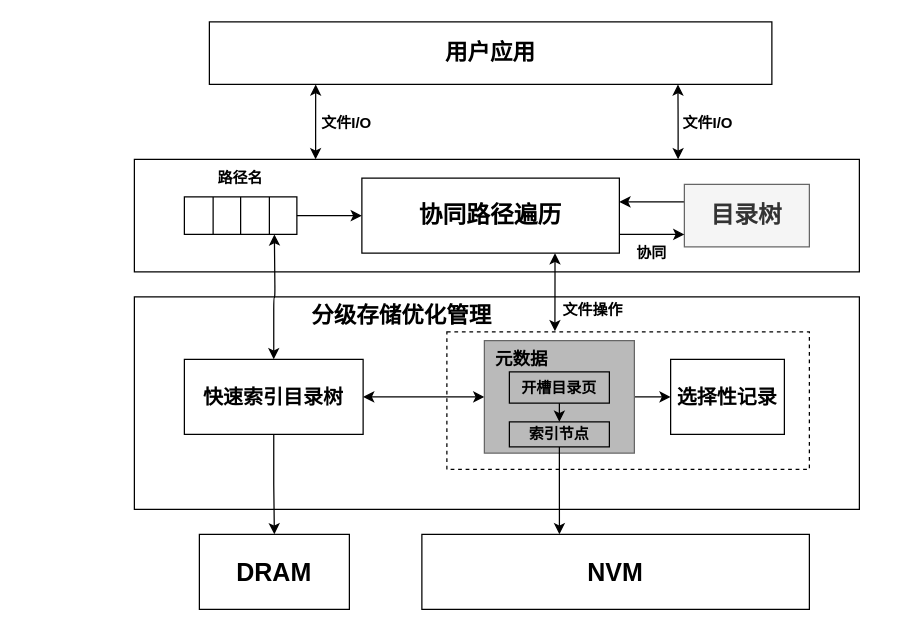
The draw.io diagram 未命名绘图.drawio in icszhr/zhr123nb.github.io, before the edit. Source tidied: cells renumbered, new cells numbered last; positions are measured from the earlier drawing's top-left corner, leaving out a move shared by most shapes. Both pictures are drawn from the tidied source at 125%, with x=0, y=0 at pixel (134, 21).
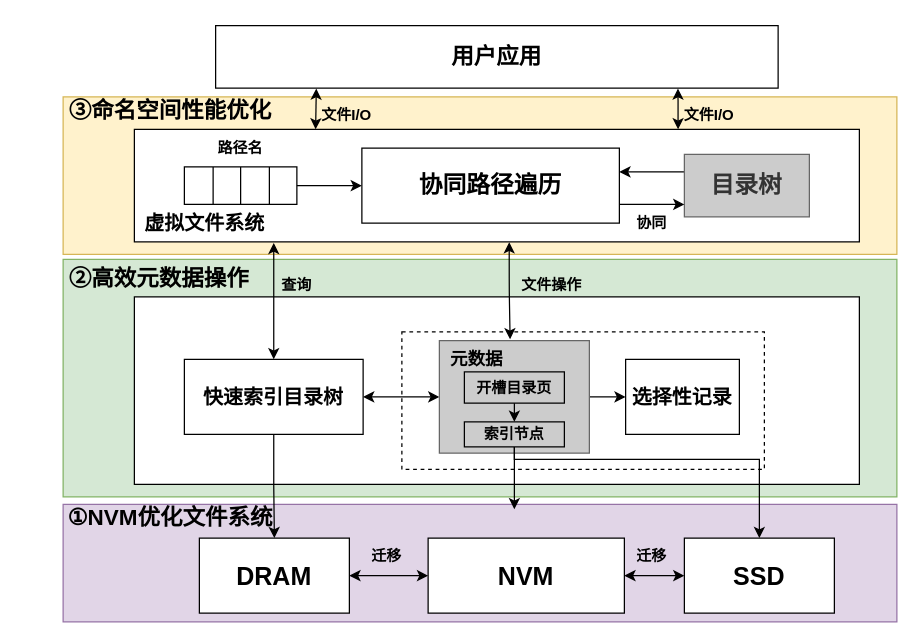
After the change.

Commit message:
更新未命名绘图.drawio

Unchanged cells that the change refers to:
```xml
<mxCell id="25" value="&lt;font size=&quot;1&quot; style=&quot;&quot;&gt;&lt;b style=&quot;font-size: 16px;&quot;&gt;快速索引目录树&lt;/b&gt;&lt;/font&gt;" style="rounded=0;whiteSpace=wrap;html=1;" parent="1" vertex="1">
  <mxGeometry x="40" y="270" width="143" height="60" as="geometry" />
</mxCell>
```

Diff of the diagram source:
```diff
@@
+    <mxCell id="40" style="rounded=0;whiteSpace=wrap;html=1;fillColor=#e1d5e7;strokeColor=#9673a6;" parent="1" vertex="1">
+      <mxGeometry x="-57" y="386" width="667" height="94" as="geometry" />
+    </mxCell>
+    <mxCell id="41" style="rounded=0;whiteSpace=wrap;html=1;fillColor=#d5e8d4;strokeColor=#82b366;" parent="1" vertex="1">
+      <mxGeometry x="-57" y="190" width="667" height="190" as="geometry" />
+    </mxCell>
+    <mxCell id="42" style="rounded=0;whiteSpace=wrap;html=1;fillColor=#fff2cc;strokeColor=#d6b656;" parent="1" vertex="1">
+      <mxGeometry x="-57" y="60" width="667" height="126" as="geometry" />
+    </mxCell>
     <mxCell id="2" value="&lt;font size=&quot;1&quot; style=&quot;&quot;&gt;&lt;b style=&quot;font-size: 18px;&quot;&gt;用户应用&lt;/b&gt;&lt;/font&gt;" style="rounded=0;whiteSpace=wrap;html=1;" parent="1" vertex="1">
-      <mxGeometry x="60" width="450" height="50" as="geometry" />
+      <mxGeometry x="65" y="3" width="450" height="50" as="geometry" />
     </mxCell>
-    <mxCell id="3" style="edgeStyle=orthogonalEdgeStyle;rounded=1;jettySize=auto;html=1;exitX=0.25;exitY=0;exitDx=0;exitDy=0;entryX=0.189;entryY=1;entryDx=0;entryDy=0;entryPerimeter=0;shape=connector;startArrow=classic;" parent="1" edge="1" source="5" target="2">
+    <mxCell id="3" style="edgeStyle=orthogonalEdgeStyle;rounded=1;jettySize=auto;html=1;exitX=0.25;exitY=0;exitDx=0;exitDy=0;shape=connector;startArrow=classic;entryX=0.179;entryY=1.007;entryDx=0;entryDy=0;entryPerimeter=0;" parent="1" edge="1" source="5" target="2">
       <mxGeometry relative="1" as="geometry" />
     </mxCell>
-    <mxCell id="4" style="edgeStyle=orthogonalEdgeStyle;rounded=1;jettySize=auto;html=1;exitX=0.75;exitY=0;exitDx=0;exitDy=0;entryX=0.833;entryY=1;entryDx=0;entryDy=0;entryPerimeter=0;shape=connector;startArrow=classic;" parent="1" edge="1" source="5" target="2">
+    <mxCell id="4" style="edgeStyle=orthogonalEdgeStyle;rounded=1;jettySize=auto;html=1;exitX=0.75;exitY=0;exitDx=0;exitDy=0;entryX=0.822;entryY=1.007;entryDx=0;entryDy=0;entryPerimeter=0;shape=connector;startArrow=classic;" parent="1" edge="1" source="5" target="2">
       <mxGeometry relative="1" as="geometry" />
     </mxCell>
     <mxCell id="5" style="rounded=0;whiteSpace=wrap;html=1;" parent="1" vertex="1">
-      <mxGeometry y="110" width="580" height="90" as="geometry" />
+      <mxGeometry y="86" width="580" height="90" as="geometry" />
     </mxCell>
     <mxCell id="6" value="&lt;b&gt;文件I/O&lt;/b&gt;" style="text;html=1;strokeColor=none;fillColor=none;align=center;verticalAlign=middle;whiteSpace=wrap;rounded=0;" parent="1" vertex="1">
-      <mxGeometry x="140" y="66" width="60" height="30" as="geometry" />
+      <mxGeometry x="140" y="60" width="60" height="30" as="geometry" />
     </mxCell>
     <mxCell id="7" value="&lt;b&gt;文件I/O&lt;/b&gt;" style="text;html=1;strokeColor=none;fillColor=none;align=center;verticalAlign=middle;whiteSpace=wrap;rounded=0;" parent="1" vertex="1">
-      <mxGeometry x="429" y="66" width="60" height="30" as="geometry" />
+      <mxGeometry x="430" y="60" width="60" height="30" as="geometry" />
     </mxCell>
     <mxCell id="8" style="shape=table;startSize=0;childLayout=tableLayout;" parent="1" vertex="1">
-      <mxGeometry x="40" y="140" width="90" height="30" as="geometry" />
+      <mxGeometry x="40" y="116" width="90" height="30" as="geometry" />
     </mxCell>
@@
     <mxCell id="14" value="&lt;b&gt;路径名&lt;/b&gt;" style="text;html=1;strokeColor=none;fillColor=none;align=center;verticalAlign=middle;whiteSpace=wrap;rounded=0;" parent="1" vertex="1">
-      <mxGeometry x="55" y="110" width="60" height="30" as="geometry" />
+      <mxGeometry x="55" y="86" width="60" height="30" as="geometry" />
     </mxCell>
     <mxCell id="15" style="rounded=0;whiteSpace=wrap;html=1;" parent="1" vertex="1">
-      <mxGeometry y="220" width="580" height="170" as="geometry" />
+      <mxGeometry y="220" width="580" height="150" as="geometry" />
     </mxCell>
-    <mxCell id="16" style="edgeStyle=orthogonalEdgeStyle;rounded=1;jettySize=auto;html=1;entryX=0.5;entryY=0;entryDx=0;entryDy=0;startArrow=classic;" parent="1" edge="1" target="25">
-      <mxGeometry relative="1" as="geometry">
-        <mxPoint x="112" y="170" as="sourcePoint" />
-      </mxGeometry>
+    <mxCell id="16" style="edgeStyle=orthogonalEdgeStyle;rounded=1;jettySize=auto;html=1;entryX=0.5;entryY=0;entryDx=0;entryDy=0;startArrow=classic;exitX=0.97;exitY=1.027;exitDx=0;exitDy=0;exitPerimeter=0;" parent="1" edge="1" source="47" target="25">
+      <mxGeometry relative="1" as="geometry" />
     </mxCell>
     <mxCell id="17" style="edgeStyle=orthogonalEdgeStyle;rounded=1;orthogonalLoop=1;jettySize=auto;html=1;exitX=1;exitY=0.5;exitDx=0;exitDy=0;entryX=0;entryY=0.5;entryDx=0;entryDy=0;startArrow=classic;endArrow=none;endFill=0;" parent="1" edge="1">
       <mxGeometry relative="1" as="geometry">
-        <mxPoint x="388" y="144" as="sourcePoint" />
-        <mxPoint x="440" y="144" as="targetPoint" />
+        <mxPoint x="388" y="120" as="sourcePoint" />
+        <mxPoint x="440" y="120" as="targetPoint" />
       </mxGeometry>
     </mxCell>
-    <mxCell id="18" style="edgeStyle=orthogonalEdgeStyle;rounded=1;jettySize=auto;html=1;exitX=0.75;exitY=1;exitDx=0;exitDy=0;entryX=0.298;entryY=-0.005;entryDx=0;entryDy=0;entryPerimeter=0;startArrow=classic;" parent="1" edge="1" source="19" target="27">
-      <mxGeometry relative="1" as="geometry" />
-    </mxCell>
     <mxCell id="19" value="&lt;font size=&quot;1&quot; style=&quot;&quot;&gt;&lt;b style=&quot;font-size: 19px;&quot;&gt;协同路径遍历&lt;/b&gt;&lt;/font&gt;" style="rounded=0;whiteSpace=wrap;html=1;" parent="1" vertex="1">
-      <mxGeometry x="182" y="125" width="206" height="60" as="geometry" />
+      <mxGeometry x="182" y="101" width="206" height="60" as="geometry" />
     </mxCell>
-    <mxCell id="20" value="&lt;font style=&quot;font-size: 19px;&quot;&gt;&lt;b&gt;目录树&lt;/b&gt;&lt;/font&gt;" style="rounded=0;whiteSpace=wrap;html=1;fillColor=#f5f5f5;fontColor=#333333;strokeColor=#666666;" parent="1" vertex="1">
-      <mxGeometry x="440" y="130" width="100" height="50" as="geometry" />
+    <mxCell id="20" value="&lt;font style=&quot;font-size: 19px;&quot;&gt;&lt;b&gt;目录树&lt;/b&gt;&lt;/font&gt;" style="rounded=0;whiteSpace=wrap;html=1;fillColor=#CCCCCC;fontColor=#333333;strokeColor=#666666;" parent="1" vertex="1">
+      <mxGeometry x="440" y="106" width="100" height="50" as="geometry" />
     </mxCell>
@@
     <mxCell id="22" style="rounded=1;orthogonalLoop=1;jettySize=auto;html=1;exitX=1;exitY=0.5;exitDx=0;exitDy=0;entryX=0;entryY=0.5;entryDx=0;entryDy=0;startArrow=none;edgeStyle=orthogonalEdgeStyle;curved=1;startFill=0;" parent="1" edge="1">
       <mxGeometry relative="1" as="geometry">
-        <mxPoint x="388" y="170" as="sourcePoint" />
-        <mxPoint x="440" y="170" as="targetPoint" />
+        <mxPoint x="388" y="146" as="sourcePoint" />
+        <mxPoint x="440" y="146" as="targetPoint" />
       </mxGeometry>
     </mxCell>
     <mxCell id="23" value="&lt;b&gt;协同&lt;/b&gt;" style="text;html=1;strokeColor=none;fillColor=none;align=center;verticalAlign=middle;whiteSpace=wrap;rounded=0;" parent="1" vertex="1">
-      <mxGeometry x="384" y="170" width="60" height="30" as="geometry" />
+      <mxGeometry x="384" y="146" width="60" height="30" as="geometry" />
     </mxCell>
@@
+    <mxCell id="43" style="edgeStyle=orthogonalEdgeStyle;rounded=1;jettySize=auto;html=1;exitX=1;exitY=0.5;exitDx=0;exitDy=0;entryX=0;entryY=0.5;entryDx=0;entryDy=0;startArrow=classic;" parent="1" edge="1" source="26" target="33">
+      <mxGeometry relative="1" as="geometry" />
+    </mxCell>
     <mxCell id="26" value="&lt;font style=&quot;font-size: 20px;&quot;&gt;&lt;b&gt;DRAM&lt;/b&gt;&lt;/font&gt;" style="rounded=0;whiteSpace=wrap;html=1;" parent="1" vertex="1">
-      <mxGeometry x="52" y="410" width="120" height="60" as="geometry" />
+      <mxGeometry x="52" y="413" width="120" height="60" as="geometry" />
     </mxCell>
     <mxCell id="27" style="rounded=0;whiteSpace=wrap;html=1;dashed=1;" parent="1" vertex="1">
-      <mxGeometry x="250" y="248" width="290" height="110" as="geometry" />
+      <mxGeometry x="214" y="248" width="290" height="110" as="geometry" />
     </mxCell>
@@
-    <mxCell id="30" style="rounded=0;whiteSpace=wrap;html=1;fillColor=#bababa;fontColor=#333333;strokeColor=#666666;" parent="1" vertex="1">
-      <mxGeometry x="280" y="255" width="120" height="90" as="geometry" />
+    <mxCell id="30" style="rounded=0;whiteSpace=wrap;html=1;fillColor=#CCCCCC;fontColor=#333333;strokeColor=#666666;" parent="1" vertex="1">
+      <mxGeometry x="244" y="255" width="120" height="90" as="geometry" />
     </mxCell>
-    <mxCell id="31" value="&lt;font size=&quot;1&quot; style=&quot;&quot;&gt;&lt;b style=&quot;font-size: 18px;&quot;&gt;分级存储优化管理&lt;/b&gt;&lt;/font&gt;" style="text;html=1;strokeColor=none;fillColor=none;align=center;verticalAlign=middle;whiteSpace=wrap;rounded=0;" parent="1" vertex="1">
-      <mxGeometry x="104" y="220" width="220" height="30" as="geometry" />
+    <mxCell id="31" value="&lt;span style=&quot;font-size: 18px;&quot;&gt;&lt;b&gt;②高效元数据操作&lt;/b&gt;&lt;/span&gt;" style="text;html=1;strokeColor=none;fillColor=none;align=center;verticalAlign=middle;whiteSpace=wrap;rounded=0;" parent="1" vertex="1">
+      <mxGeometry x="-90" y="191" width="220" height="30" as="geometry" />
     </mxCell>
     <mxCell id="32" value="&lt;b&gt;&lt;font style=&quot;font-size: 14px;&quot;&gt;元数据&lt;/font&gt;&lt;/b&gt;" style="text;html=1;strokeColor=none;fillColor=none;align=center;verticalAlign=middle;whiteSpace=wrap;rounded=0;" parent="1" vertex="1">
-      <mxGeometry x="280" y="255" width="60" height="30" as="geometry" />
+      <mxGeometry x="244" y="255" width="60" height="30" as="geometry" />
     </mxCell>
+    <mxCell id="44" style="edgeStyle=orthogonalEdgeStyle;rounded=1;jettySize=auto;html=1;exitX=1;exitY=0.5;exitDx=0;exitDy=0;entryX=0;entryY=0.5;entryDx=0;entryDy=0;startArrow=classic;" parent="1" edge="1" source="33" target="48">
+      <mxGeometry relative="1" as="geometry" />
+    </mxCell>
     <mxCell id="33" value="&lt;font style=&quot;font-size: 20px;&quot;&gt;&lt;b&gt;NVM&lt;/b&gt;&lt;/font&gt;" style="rounded=0;whiteSpace=wrap;html=1;" parent="1" vertex="1">
-      <mxGeometry x="230" y="410" width="310" height="60" as="geometry" />
+      <mxGeometry x="235" y="413" width="157" height="60" as="geometry" />
     </mxCell>
     <mxCell id="34" value="&lt;b&gt;&lt;font style=&quot;font-size: 16px;&quot;&gt;选择性记录&lt;/font&gt;&lt;/b&gt;" style="rounded=0;whiteSpace=wrap;html=1;" parent="1" vertex="1">
-      <mxGeometry x="429" y="270" width="91" height="60" as="geometry" />
+      <mxGeometry x="393" y="270" width="91" height="60" as="geometry" />
     </mxCell>
     <mxCell id="35" value="&lt;b&gt;文件操作&lt;/b&gt;" style="text;html=1;strokeColor=none;fillColor=none;align=center;verticalAlign=middle;whiteSpace=wrap;rounded=0;" parent="1" vertex="1">
-      <mxGeometry x="337" y="216" width="60" height="30" as="geometry" />
+      <mxGeometry x="304" y="196" width="60" height="30" as="geometry" />
     </mxCell>
@@
     <mxCell id="37" value="&lt;b&gt;开槽目录页&lt;/b&gt;" style="rounded=0;whiteSpace=wrap;html=1;fillColor=none;" parent="1" vertex="1">
-      <mxGeometry x="300" y="280" width="80" height="25" as="geometry" />
+      <mxGeometry x="264" y="280" width="80" height="25" as="geometry" />
     </mxCell>
+    <mxCell id="45" style="edgeStyle=orthogonalEdgeStyle;rounded=0;jettySize=auto;html=1;exitX=0.5;exitY=1;exitDx=0;exitDy=0;entryX=0.5;entryY=0;entryDx=0;entryDy=0;" parent="1" edge="1" source="38" target="48">
+      <mxGeometry relative="1" as="geometry">
+        <Array as="points">
+          <mxPoint x="304" y="350" />
+          <mxPoint x="500" y="350" />
+        </Array>
+      </mxGeometry>
+    </mxCell>
     <mxCell id="38" value="&lt;b&gt;索引节点&lt;/b&gt;" style="rounded=0;whiteSpace=wrap;html=1;fillColor=none;" parent="1" vertex="1">
-      <mxGeometry x="300" y="320" width="80" height="20" as="geometry" />
+      <mxGeometry x="264" y="320" width="80" height="20" as="geometry" />
     </mxCell>
-    <mxCell id="39" style="edgeStyle=orthogonalEdgeStyle;rounded=0;jettySize=auto;html=1;entryX=0.355;entryY=0;entryDx=0;entryDy=0;entryPerimeter=0;exitX=0.5;exitY=1;exitDx=0;exitDy=0;" parent="1" edge="1" source="38" target="33">
-      <mxGeometry relative="1" as="geometry" />
+    <mxCell id="39" style="edgeStyle=orthogonalEdgeStyle;rounded=0;jettySize=auto;html=1;exitX=0.5;exitY=1;exitDx=0;exitDy=0;" parent="1" edge="1" source="38">
+      <mxGeometry relative="1" as="geometry">
+        <mxPoint x="304" y="390" as="targetPoint" />
+      </mxGeometry>
     </mxCell>
+    <mxCell id="46" value="&lt;b&gt;查询&lt;/b&gt;" style="text;html=1;strokeColor=none;fillColor=none;align=center;verticalAlign=middle;whiteSpace=wrap;rounded=0;" parent="1" vertex="1">
+      <mxGeometry x="100" y="196" width="60" height="30" as="geometry" />
+    </mxCell>
+    <mxCell id="47" value="&lt;font size=&quot;1&quot; style=&quot;&quot;&gt;&lt;b style=&quot;font-size: 16px;&quot;&gt;虚拟文件系统&lt;/b&gt;&lt;/font&gt;" style="text;html=1;strokeColor=none;fillColor=none;align=center;verticalAlign=middle;whiteSpace=wrap;rounded=0;" parent="1" vertex="1">
+      <mxGeometry x="-2" y="146" width="117" height="30" as="geometry" />
+    </mxCell>
+    <mxCell id="18" style="edgeStyle=orthogonalEdgeStyle;rounded=1;jettySize=auto;html=1;entryX=0.943;entryY=-0.036;entryDx=0;entryDy=0;entryPerimeter=0;startArrow=classic;exitX=0.517;exitY=1.003;exitDx=0;exitDy=0;exitPerimeter=0;" parent="1" edge="1" source="5" target="32">
+      <mxGeometry relative="1" as="geometry" />
+    </mxCell>
+    <mxCell id="48" value="&lt;font size=&quot;1&quot; style=&quot;&quot;&gt;&lt;b style=&quot;font-size: 20px;&quot;&gt;SSD&lt;/b&gt;&lt;/font&gt;" style="rounded=0;whiteSpace=wrap;html=1;" parent="1" vertex="1">
+      <mxGeometry x="440" y="413" width="120" height="60" as="geometry" />
+    </mxCell>
+    <mxCell id="49" value="&lt;b&gt;迁移&lt;/b&gt;" style="text;html=1;strokeColor=none;fillColor=none;align=center;verticalAlign=middle;whiteSpace=wrap;rounded=0;" parent="1" vertex="1">
+      <mxGeometry x="172" y="413" width="60" height="30" as="geometry" />
+    </mxCell>
+    <mxCell id="50" value="&lt;b&gt;迁移&lt;/b&gt;" style="text;html=1;strokeColor=none;fillColor=none;align=center;verticalAlign=middle;whiteSpace=wrap;rounded=0;" parent="1" vertex="1">
+      <mxGeometry x="384" y="413" width="60" height="30" as="geometry" />
+    </mxCell>
+    <mxCell id="51" value="&lt;span style=&quot;font-size: 18px;&quot;&gt;&lt;b&gt;③命名空间性能优化&lt;/b&gt;&lt;/span&gt;" style="text;html=1;strokeColor=none;fillColor=none;align=center;verticalAlign=middle;whiteSpace=wrap;rounded=0;" parent="1" vertex="1">
+      <mxGeometry x="-81" y="56" width="220" height="30" as="geometry" />
+    </mxCell>
+    <mxCell id="52" value="&lt;span style=&quot;font-size: 18px;&quot;&gt;&lt;b&gt;①NVM优化文件系统&lt;/b&gt;&lt;/span&gt;" style="text;html=1;strokeColor=none;fillColor=none;align=center;verticalAlign=middle;whiteSpace=wrap;rounded=0;" parent="1" vertex="1">
+      <mxGeometry x="-81" y="382" width="220" height="30" as="geometry" />
+    </mxCell>
```
